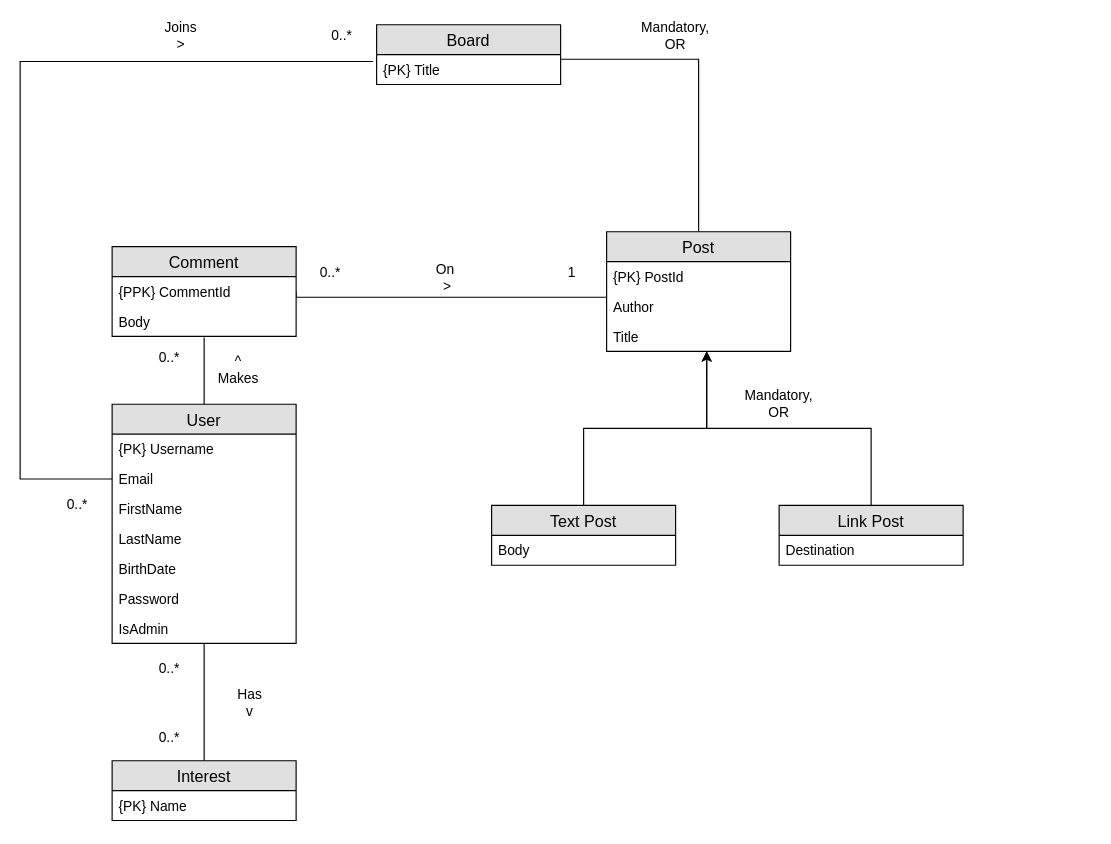
Earlier version of the draw.io diagram adventure_ER.drawio (Griffin-Brome/Adventure-Bulletin). Source tidied: cells renumbered, new cells numbered last; positions are measured from the earlier drawing's top-left corner, leaving out a move shared by most shapes. Both pictures are drawn from the tidied source at 115%, with x=0, y=0 at pixel (20, 24).
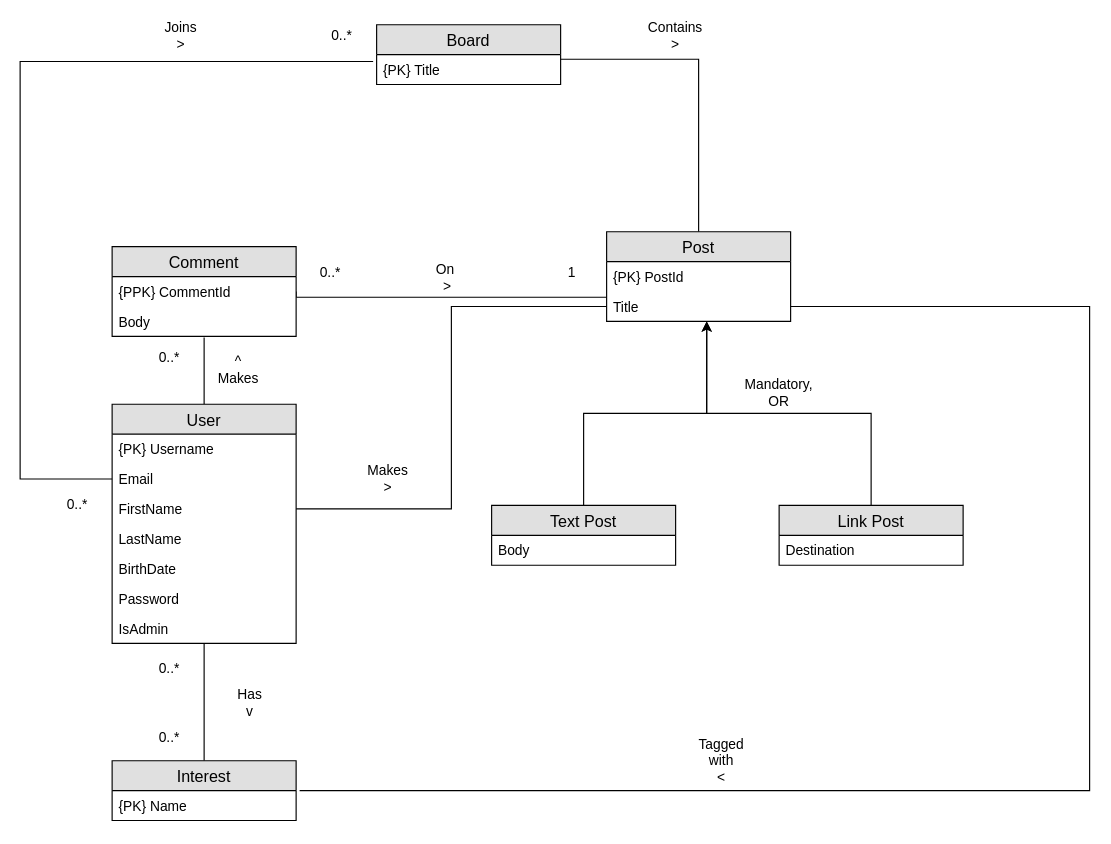
Above is the later version.

Unchanged cells that the change refers to:
```xml
<mxCell id="7" value="FirstName" style="text;strokeColor=none;fillColor=none;spacingLeft=4;spacingRight=4;overflow=hidden;points=[[0,0.5],[1,0.5]];portConstraint=eastwest;fontSize=12;" parent="4" vertex="1">
  <mxGeometry y="78" width="160" height="26" as="geometry" />
</mxCell>
<mxCell id="29" value="Comment" style="swimlane;fontStyle=0;horizontal=1;startSize=26;fillColor=#e0e0e0;swimlaneFillColor=#ffffff;align=center;fontSize=14;" parent="1" vertex="1">
  <mxGeometry x="80" y="193" width="160" height="78" as="geometry" />
</mxCell>
<mxCell id="44" value="{PK} Name" style="text;strokeColor=none;fillColor=none;spacingLeft=4;spacingRight=4;overflow=hidden;points=[[0,0.5],[1,0.5]];portConstraint=eastwest;fontSize=12;" parent="43" vertex="1">
  <mxGeometry y="26" width="160" height="26" as="geometry" />
</mxCell>
```

Diff of the diagram source:
```diff
@@
     <mxCell id="14" value="Mandatory, OR" style="text;html=1;strokeColor=none;fillColor=none;align=center;verticalAlign=middle;whiteSpace=wrap;rounded=0;" parent="1" vertex="1">
-      <mxGeometry x="640" y="320" width="40" height="20" as="geometry" />
+      <mxGeometry x="640" y="310" width="40" height="20" as="geometry" />
     </mxCell>
@@
-    <mxCell id="16" style="edgeStyle=orthogonalEdgeStyle;rounded=0;jettySize=auto;html=1;exitX=1;exitY=0.5;exitDx=0;exitDy=0;entryX=0.006;entryY=0.192;entryDx=0;entryDy=0;entryPerimeter=0;endArrow=none;endFill=0;" parent="1" edge="1" source="29" target="22">
+    <mxCell id="16" style="edgeStyle=orthogonalEdgeStyle;rounded=0;jettySize=auto;html=1;exitX=1;exitY=0.5;exitDx=0;exitDy=0;entryX=0.006;entryY=0.192;entryDx=0;entryDy=0;entryPerimeter=0;endArrow=none;endFill=0;" parent="1" edge="1" source="29">
       <mxGeometry relative="1" as="geometry">
+        <mxPoint x="511" y="237" as="targetPoint" />
         <Array as="points">
           <mxPoint x="240" y="237" />
         </Array>
       </mxGeometry>
     </mxCell>
@@
     <mxCell id="20" value="Post" style="swimlane;fontStyle=0;horizontal=1;startSize=26;fillColor=#e0e0e0;swimlaneFillColor=#ffffff;align=center;fontSize=14;" parent="1" vertex="1">
-      <mxGeometry x="510" y="180" width="160" height="104" as="geometry" />
+      <mxGeometry x="510" y="180" width="160" height="78" as="geometry" />
     </mxCell>
@@
-    <mxCell id="22" value="Author" style="text;strokeColor=none;fillColor=none;spacingLeft=4;spacingRight=4;overflow=hidden;points=[[0,0.5],[1,0.5]];portConstraint=eastwest;fontSize=12;" parent="20" vertex="1">
-      <mxGeometry y="52" width="160" height="26" as="geometry" />
-    </mxCell>
     <mxCell id="23" value="Title" style="text;strokeColor=none;fillColor=none;spacingLeft=4;spacingRight=4;overflow=hidden;points=[[0,0.5],[1,0.5]];portConstraint=eastwest;fontSize=12;" parent="20" vertex="1">
-      <mxGeometry y="78" width="160" height="26" as="geometry" />
+      <mxGeometry y="52" width="160" height="26" as="geometry" />
     </mxCell>
@@
-    <mxCell id="35" value="Mandatory, OR" style="text;html=1;strokeColor=none;fillColor=none;align=center;verticalAlign=middle;whiteSpace=wrap;rounded=0;" parent="1" vertex="1">
+    <mxCell id="35" value="&lt;div&gt;Contains&lt;/div&gt;&lt;div&gt;&amp;gt;&lt;br&gt;&lt;/div&gt;" style="text;html=1;strokeColor=none;fillColor=none;align=center;verticalAlign=middle;whiteSpace=wrap;rounded=0;" parent="1" vertex="1">
       <mxGeometry x="550" width="40" height="20" as="geometry" />
     </mxCell>
@@
+    <mxCell id="45" style="edgeStyle=orthogonalEdgeStyle;rounded=0;jettySize=auto;html=1;exitX=1;exitY=0.5;exitDx=0;exitDy=0;endArrow=none;endFill=0;entryX=1.019;entryY=0;entryDx=0;entryDy=0;entryPerimeter=0;" parent="1" edge="1" target="44">
+      <mxGeometry relative="1" as="geometry">
+        <mxPoint x="670" y="245" as="sourcePoint" />
+        <Array as="points">
+          <mxPoint x="930" y="245" />
+          <mxPoint x="930" y="666" />
+        </Array>
+      </mxGeometry>
+    </mxCell>
+    <mxCell id="46" value="&lt;div&gt;Tagged with&lt;/div&gt;&lt;div&gt;&amp;lt;&lt;br&gt;&lt;/div&gt;" style="text;html=1;strokeColor=none;fillColor=none;align=center;verticalAlign=middle;whiteSpace=wrap;rounded=0;" parent="1" vertex="1">
+      <mxGeometry x="590" y="630" width="40" height="20" as="geometry" />
+    </mxCell>
+    <mxCell id="47" style="edgeStyle=orthogonalEdgeStyle;rounded=0;jettySize=auto;html=1;exitX=1;exitY=0.5;exitDx=0;exitDy=0;entryX=0;entryY=0.5;entryDx=0;entryDy=0;endArrow=none;endFill=0;" parent="1" edge="1" source="7" target="23">
+      <mxGeometry relative="1" as="geometry" />
+    </mxCell>
+    <mxCell id="48" value="&lt;div&gt;Makes&lt;/div&gt;&lt;div&gt;&amp;gt;&lt;br&gt;&lt;/div&gt;" style="text;html=1;strokeColor=none;fillColor=none;align=center;verticalAlign=middle;whiteSpace=wrap;rounded=0;" parent="1" vertex="1">
+      <mxGeometry x="300" y="385" width="40" height="20" as="geometry" />
+    </mxCell>
```
